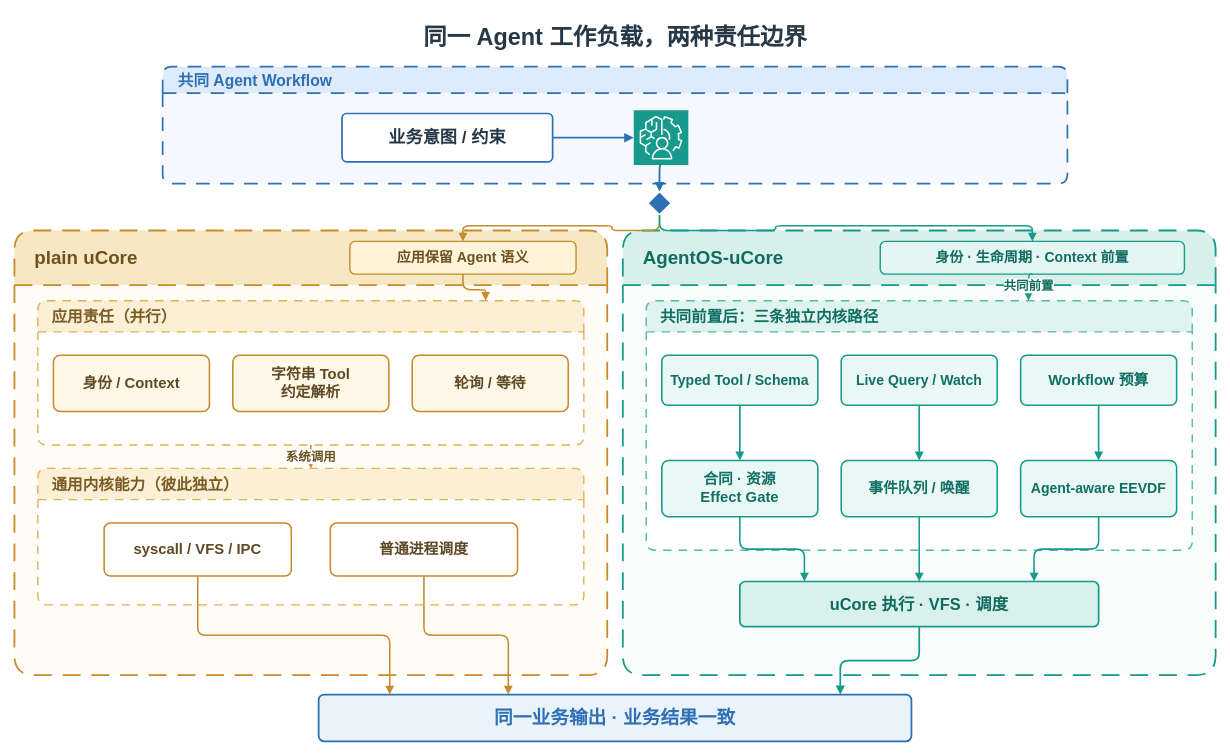
yushugulao/Agent-OS keeps this draw.io diagram as docs/figures/architecture/plain_agentos_comparison.drawio. Above is the earlier version. Source tidied: cells renumbered, new cells numbered last; positions are measured from the earlier drawing's top-left corner, leaving out a move shared by most shapes. Both pictures are drawn from the tidied source at 78%, with x=0, y=0 at pixel (14, 20).
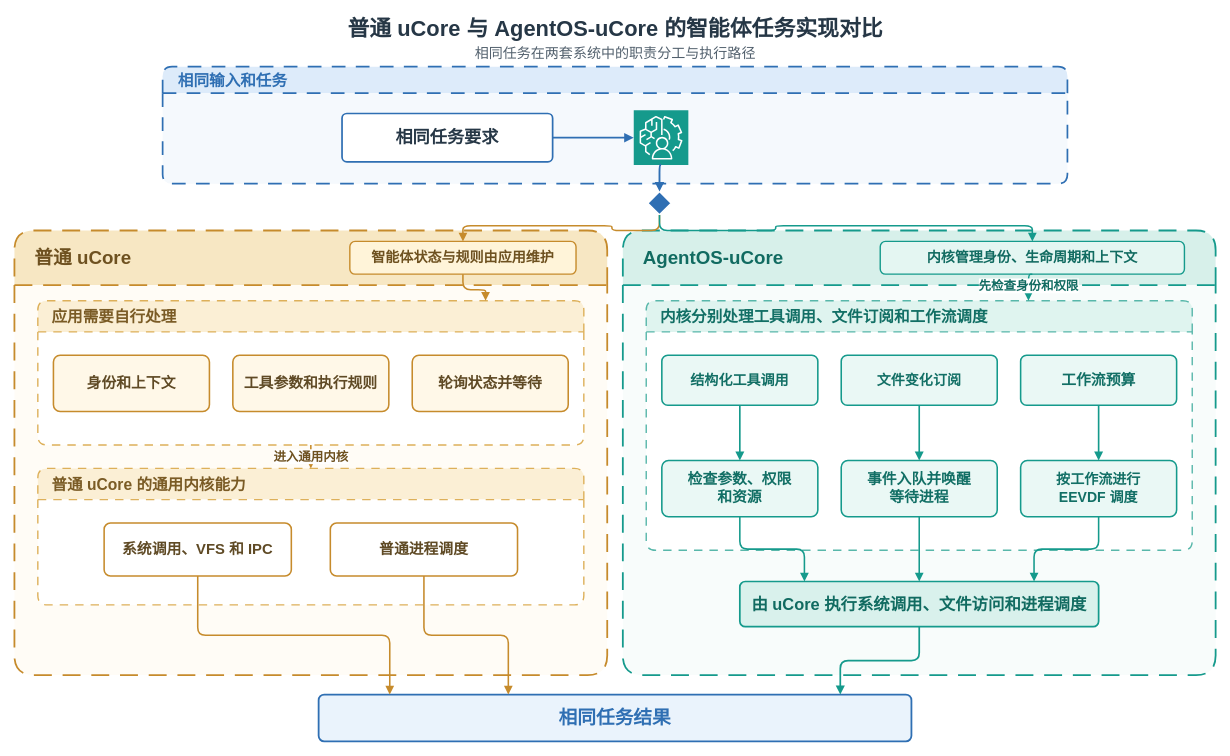
After the change.

The change refers to these unchanged cells:
```xml
<mxCell id="16" value="AgentOS-uCore" style="swimlane;html=1;rounded=1;arcSize=12;startSize=70;horizontal=1;dashed=1;dashPattern=10 6;fillColor=#D7F0EA;swimlaneFillColor=#F8FCFB;strokeColor=#159A8C;strokeWidth=2.3;fontFamily=Microsoft YaHei;fontSize=24;fontStyle=1;fontColor=#116B61;align=left;spacingLeft=24;verticalAlign=middle;" parent="1" vertex="1">
  <mxGeometry x="780" y="270" width="760" height="570" as="geometry" />
</mxCell>
```

Change to the diagram source:
```diff
@@
-    <mxCell id="2" value="同一 Agent 工作负载，两种责任边界" style="text;html=1;strokeColor=none;fillColor=none;align=center;verticalAlign=middle;fontFamily=Microsoft YaHei;fontSize=30;fontStyle=1;fontColor=#263746;" parent="1" vertex="1">
-      <mxGeometry x="230" width="1080" height="44" as="geometry" />
+    <mxCell id="2" value="&lt;div style=&quot;font-size:28px;font-weight:700;color:#263746;&quot;&gt;普通 uCore 与 AgentOS-uCore 的智能体任务实现对比&lt;/div&gt;&lt;div style=&quot;font-size:18px;font-weight:400;color:#52606D;margin-top:4px;&quot;&gt;相同任务在两套系统中的职责分工与执行路径&lt;/div&gt;" style="text;html=1;strokeColor=none;fillColor=none;align=center;verticalAlign=middle;fontFamily=Microsoft YaHei;fontSize=28;fontStyle=0;fontColor=#263746;" parent="1" vertex="1">
+      <mxGeometry x="30" y="-8" width="1480" height="64" as="geometry" />
     </mxCell>
-    <mxCell id="3" value="共同 Agent Workflow" style="swimlane;html=1;rounded=1;arcSize=12;startSize=34;horizontal=1;dashed=1;dashPattern=8 6;fillColor=#DDEBFA;swimlaneFillColor=#F5F9FD;strokeColor=#2F6FB3;strokeWidth=2.2;fontFamily=Microsoft YaHei;fontSize=20;fontStyle=1;fontColor=#2F6FB3;align=left;spacingLeft=18;" parent="1" vertex="1">
+    <mxCell id="3" value="相同输入和任务" style="swimlane;html=1;rounded=1;arcSize=12;startSize=34;horizontal=1;dashed=1;dashPattern=8 6;fillColor=#DDEBFA;swimlaneFillColor=#F5F9FD;strokeColor=#2F6FB3;strokeWidth=2.2;fontFamily=Microsoft YaHei;fontSize=20;fontStyle=1;fontColor=#2F6FB3;align=left;spacingLeft=18;" parent="1" vertex="1">
       <mxGeometry x="190" y="60" width="1160" height="150" as="geometry" />
     </mxCell>
-    <mxCell id="4" value="业务意图 / 约束" style="rounded=1;arcSize=10;whiteSpace=wrap;html=1;fillColor=#FFFFFF;strokeColor=#2F6FB3;strokeWidth=2.2;fontFamily=Microsoft YaHei;fontSize=22;fontStyle=1;fontColor=#263746;align=center;verticalAlign=middle;" parent="3" vertex="1">
+    <mxCell id="4" value="相同任务要求" style="rounded=1;arcSize=10;whiteSpace=wrap;html=1;fillColor=#FFFFFF;strokeColor=#2F6FB3;strokeWidth=2.2;fontFamily=Microsoft YaHei;fontSize=22;fontStyle=1;fontColor=#263746;align=center;verticalAlign=middle;" parent="3" vertex="1">
       <mxGeometry x="230" y="60" width="270" height="62" as="geometry" />
     </mxCell>
@@
-    <mxCell id="7" value="plain uCore" style="swimlane;html=1;rounded=1;arcSize=12;startSize=70;horizontal=1;dashed=1;dashPattern=10 6;fillColor=#F7E7C3;swimlaneFillColor=#FFFCF6;strokeColor=#C68B2C;strokeWidth=2.3;fontFamily=Microsoft YaHei;fontSize=24;fontStyle=1;fontColor=#6E5120;align=left;spacingLeft=24;verticalAlign=middle;" parent="1" vertex="1">
+    <mxCell id="7" value="普通 uCore" style="swimlane;html=1;rounded=1;arcSize=12;startSize=70;horizontal=1;dashed=1;dashPattern=10 6;fillColor=#F7E7C3;swimlaneFillColor=#FFFCF6;strokeColor=#C68B2C;strokeWidth=2.3;fontFamily=Microsoft YaHei;fontSize=24;fontStyle=1;fontColor=#6E5120;align=left;spacingLeft=24;verticalAlign=middle;" parent="1" vertex="1">
       <mxGeometry y="270" width="760" height="570" as="geometry" />
     </mxCell>
-    <mxCell id="8" value="应用保留 Agent 语义" style="rounded=1;arcSize=16;whiteSpace=wrap;html=1;fillColor=#FFF4D9;strokeColor=#C68B2C;strokeWidth=1.8;fontFamily=Microsoft YaHei;fontSize=18;fontStyle=1;fontColor=#6E5120;align=center;verticalAlign=middle;" parent="7" vertex="1">
+    <mxCell id="8" value="智能体状态与规则由应用维护" style="rounded=1;arcSize=16;whiteSpace=wrap;html=1;fillColor=#FFF4D9;strokeColor=#C68B2C;strokeWidth=1.8;fontFamily=Microsoft YaHei;fontSize=18;fontStyle=1;fontColor=#6E5120;align=center;verticalAlign=middle;" parent="7" vertex="1">
       <mxGeometry x="430" y="14" width="290" height="42" as="geometry" />
     </mxCell>
-    <mxCell id="9" value="应用责任（并行）" style="swimlane;html=1;rounded=1;arcSize=10;startSize=40;horizontal=1;dashed=1;dashPattern=6 5;fillColor=#FBEFD5;swimlaneFillColor=#FFFFFF;strokeColor=#DDB05A;strokeWidth=1.8;fontFamily=Microsoft YaHei;fontSize=20;fontStyle=1;fontColor=#7A5B25;align=left;spacingLeft=16;" parent="7" vertex="1">
+    <mxCell id="9" value="应用需要自行处理" style="swimlane;html=1;rounded=1;arcSize=10;startSize=40;horizontal=1;dashed=1;dashPattern=6 5;fillColor=#FBEFD5;swimlaneFillColor=#FFFFFF;strokeColor=#DDB05A;strokeWidth=1.8;fontFamily=Microsoft YaHei;fontSize=20;fontStyle=1;fontColor=#7A5B25;align=left;spacingLeft=16;" parent="7" vertex="1">
       <mxGeometry x="30" y="90" width="700" height="185" as="geometry" />
     </mxCell>
-    <mxCell id="10" value="身份 / Context" style="rounded=1;arcSize=12;whiteSpace=wrap;html=1;fillColor=#FFF8E8;strokeColor=#C68B2C;strokeWidth=2;fontFamily=Microsoft YaHei;fontSize=19;fontStyle=1;fontColor=#5F4A25;align=center;verticalAlign=middle;" parent="9" vertex="1">
+    <mxCell id="10" value="身份和上下文" style="rounded=1;arcSize=12;whiteSpace=wrap;html=1;fillColor=#FFF8E8;strokeColor=#C68B2C;strokeWidth=2;fontFamily=Microsoft YaHei;fontSize=19;fontStyle=1;fontColor=#5F4A25;align=center;verticalAlign=middle;" parent="9" vertex="1">
       <mxGeometry x="20" y="70" width="200" height="72" as="geometry" />
     </mxCell>
-    <mxCell id="11" value="字符串 Tool&#10;约定解析" style="rounded=1;arcSize=12;whiteSpace=wrap;html=1;fillColor=#FFF8E8;strokeColor=#C68B2C;strokeWidth=2;fontFamily=Microsoft YaHei;fontSize=19;fontStyle=1;fontColor=#5F4A25;align=center;verticalAlign=middle;" parent="9" vertex="1">
+    <mxCell id="11" value="工具参数和执行规则" style="rounded=1;arcSize=12;whiteSpace=wrap;html=1;fillColor=#FFF8E8;strokeColor=#C68B2C;strokeWidth=2;fontFamily=Microsoft YaHei;fontSize=19;fontStyle=1;fontColor=#5F4A25;align=center;verticalAlign=middle;" parent="9" vertex="1">
       <mxGeometry x="250" y="70" width="200" height="72" as="geometry" />
     </mxCell>
-    <mxCell id="12" value="轮询 / 等待" style="rounded=1;arcSize=12;whiteSpace=wrap;html=1;fillColor=#FFF8E8;strokeColor=#C68B2C;strokeWidth=2;fontFamily=Microsoft YaHei;fontSize=19;fontStyle=1;fontColor=#5F4A25;align=center;verticalAlign=middle;" parent="9" vertex="1">
+    <mxCell id="12" value="轮询状态并等待" style="rounded=1;arcSize=12;whiteSpace=wrap;html=1;fillColor=#FFF8E8;strokeColor=#C68B2C;strokeWidth=2;fontFamily=Microsoft YaHei;fontSize=19;fontStyle=1;fontColor=#5F4A25;align=center;verticalAlign=middle;" parent="9" vertex="1">
       <mxGeometry x="480" y="70" width="200" height="72" as="geometry" />
     </mxCell>
-    <mxCell id="13" value="通用内核能力（彼此独立）" style="swimlane;html=1;rounded=1;arcSize=10;startSize=40;horizontal=1;dashed=1;dashPattern=6 5;fillColor=#FBEFD5;swimlaneFillColor=#FFFFFF;strokeColor=#DDB05A;strokeWidth=1.8;fontFamily=Microsoft YaHei;fontSize=20;fontStyle=1;fontColor=#7A5B25;align=left;spacingLeft=16;" parent="7" vertex="1">
+    <mxCell id="13" value="普通 uCore 的通用内核能力" style="swimlane;html=1;rounded=1;arcSize=10;startSize=40;horizontal=1;dashed=1;dashPattern=6 5;fillColor=#FBEFD5;swimlaneFillColor=#FFFFFF;strokeColor=#DDB05A;strokeWidth=1.8;fontFamily=Microsoft YaHei;fontSize=20;fontStyle=1;fontColor=#7A5B25;align=left;spacingLeft=16;" parent="7" vertex="1">
       <mxGeometry x="30" y="305" width="700" height="175" as="geometry" />
     </mxCell>
-    <mxCell id="14" value="syscall / VFS / IPC" style="rounded=1;arcSize=12;whiteSpace=wrap;html=1;fillColor=#FFFFFF;strokeColor=#C68B2C;strokeWidth=2;fontFamily=Microsoft YaHei;fontSize=19;fontStyle=1;fontColor=#5F4A25;align=center;verticalAlign=middle;" parent="13" vertex="1">
+    <mxCell id="14" value="系统调用、VFS 和 IPC" style="rounded=1;arcSize=12;whiteSpace=wrap;html=1;fillColor=#FFFFFF;strokeColor=#C68B2C;strokeWidth=2;fontFamily=Microsoft YaHei;fontSize=19;fontStyle=1;fontColor=#5F4A25;align=center;verticalAlign=middle;" parent="13" vertex="1">
       <mxGeometry x="85" y="70" width="240" height="68" as="geometry" />
     </mxCell>
@@
-    <mxCell id="17" value="身份 · 生命周期 · Context 前置" style="rounded=1;arcSize=16;whiteSpace=wrap;html=1;fillColor=#E4F6F2;strokeColor=#159A8C;strokeWidth=1.8;fontFamily=Microsoft YaHei;fontSize=18;fontStyle=1;fontColor=#116B61;align=center;verticalAlign=middle;" parent="16" vertex="1">
+    <mxCell id="17" value="内核管理身份、生命周期和上下文" style="rounded=1;arcSize=16;whiteSpace=wrap;html=1;fillColor=#E4F6F2;strokeColor=#159A8C;strokeWidth=1.8;fontFamily=Microsoft YaHei;fontSize=18;fontStyle=1;fontColor=#116B61;align=center;verticalAlign=middle;" parent="16" vertex="1">
       <mxGeometry x="330" y="14" width="390" height="42" as="geometry" />
     </mxCell>
-    <mxCell id="18" value="共同前置后：三条独立内核路径" style="swimlane;html=1;rounded=1;arcSize=10;startSize=40;horizontal=1;dashed=1;dashPattern=6 5;fillColor=#DFF4EF;swimlaneFillColor=#FFFFFF;strokeColor=#58B7AA;strokeWidth=1.8;fontFamily=Microsoft YaHei;fontSize=20;fontStyle=1;fontColor=#126F65;align=left;spacingLeft=16;" parent="16" vertex="1">
+    <mxCell id="18" value="内核分别处理工具调用、文件订阅和工作流调度" style="swimlane;html=1;rounded=1;arcSize=10;startSize=40;horizontal=1;dashed=1;dashPattern=6 5;fillColor=#DFF4EF;swimlaneFillColor=#FFFFFF;strokeColor=#58B7AA;strokeWidth=1.8;fontFamily=Microsoft YaHei;fontSize=20;fontStyle=1;fontColor=#126F65;align=left;spacingLeft=16;" parent="16" vertex="1">
       <mxGeometry x="30" y="90" width="700" height="320" as="geometry" />
     </mxCell>
-    <mxCell id="19" value="Typed Tool / Schema" style="rounded=1;arcSize=12;whiteSpace=wrap;html=1;fillColor=#EAF8F5;strokeColor=#159A8C;strokeWidth=2;fontFamily=Microsoft YaHei;fontSize=18;fontStyle=1;fontColor=#126F65;align=center;verticalAlign=middle;" parent="18" vertex="1">
+    <mxCell id="19" value="结构化工具调用" style="rounded=1;arcSize=12;whiteSpace=wrap;html=1;fillColor=#EAF8F5;strokeColor=#159A8C;strokeWidth=2;fontFamily=Microsoft YaHei;fontSize=18;fontStyle=1;fontColor=#126F65;align=center;verticalAlign=middle;" parent="18" vertex="1">
       <mxGeometry x="20" y="70" width="200" height="64" as="geometry" />
     </mxCell>
-    <mxCell id="20" value="合同 · 资源&#10;Effect Gate" style="rounded=1;arcSize=12;whiteSpace=wrap;html=1;fillColor=#EAF8F5;strokeColor=#159A8C;strokeWidth=2;fontFamily=Microsoft YaHei;fontSize=19;fontStyle=1;fontColor=#126F65;align=center;verticalAlign=middle;" parent="18" vertex="1">
+    <mxCell id="20" value="检查参数、权限&#10;和资源" style="rounded=1;arcSize=12;whiteSpace=wrap;html=1;fillColor=#EAF8F5;strokeColor=#159A8C;strokeWidth=2;fontFamily=Microsoft YaHei;fontSize=19;fontStyle=1;fontColor=#126F65;align=center;verticalAlign=middle;" parent="18" vertex="1">
       <mxGeometry x="20" y="205" width="200" height="72" as="geometry" />
     </mxCell>
-    <mxCell id="21" value="Live Query / Watch" style="rounded=1;arcSize=12;whiteSpace=wrap;html=1;fillColor=#EAF8F5;strokeColor=#159A8C;strokeWidth=2;fontFamily=Microsoft YaHei;fontSize=18;fontStyle=1;fontColor=#126F65;align=center;verticalAlign=middle;" parent="18" vertex="1">
+    <mxCell id="21" value="文件变化订阅" style="rounded=1;arcSize=12;whiteSpace=wrap;html=1;fillColor=#EAF8F5;strokeColor=#159A8C;strokeWidth=2;fontFamily=Microsoft YaHei;fontSize=18;fontStyle=1;fontColor=#126F65;align=center;verticalAlign=middle;" parent="18" vertex="1">
       <mxGeometry x="250" y="70" width="200" height="64" as="geometry" />
     </mxCell>
-    <mxCell id="22" value="事件队列 / 唤醒" style="rounded=1;arcSize=12;whiteSpace=wrap;html=1;fillColor=#EAF8F5;strokeColor=#159A8C;strokeWidth=2;fontFamily=Microsoft YaHei;fontSize=19;fontStyle=1;fontColor=#126F65;align=center;verticalAlign=middle;" parent="18" vertex="1">
+    <mxCell id="22" value="事件入队并唤醒&#10;等待进程" style="rounded=1;arcSize=12;whiteSpace=wrap;html=1;fillColor=#EAF8F5;strokeColor=#159A8C;strokeWidth=2;fontFamily=Microsoft YaHei;fontSize=19;fontStyle=1;fontColor=#126F65;align=center;verticalAlign=middle;" parent="18" vertex="1">
       <mxGeometry x="250" y="205" width="200" height="72" as="geometry" />
     </mxCell>
-    <mxCell id="23" value="Workflow 预算" style="rounded=1;arcSize=12;whiteSpace=wrap;html=1;fillColor=#EAF8F5;strokeColor=#159A8C;strokeWidth=2;fontFamily=Microsoft YaHei;fontSize=19;fontStyle=1;fontColor=#126F65;align=center;verticalAlign=middle;" parent="18" vertex="1">
+    <mxCell id="23" value="工作流预算" style="rounded=1;arcSize=12;whiteSpace=wrap;html=1;fillColor=#EAF8F5;strokeColor=#159A8C;strokeWidth=2;fontFamily=Microsoft YaHei;fontSize=19;fontStyle=1;fontColor=#126F65;align=center;verticalAlign=middle;" parent="18" vertex="1">
       <mxGeometry x="480" y="70" width="200" height="64" as="geometry" />
     </mxCell>
-    <mxCell id="24" value="Agent-aware EEVDF" style="rounded=1;arcSize=12;whiteSpace=wrap;html=1;fillColor=#EAF8F5;strokeColor=#159A8C;strokeWidth=2;fontFamily=Microsoft YaHei;fontSize=18;fontStyle=1;fontColor=#126F65;align=center;verticalAlign=middle;" parent="18" vertex="1">
+    <mxCell id="24" value="按工作流进行&#10;EEVDF 调度" style="rounded=1;arcSize=12;whiteSpace=wrap;html=1;fillColor=#EAF8F5;strokeColor=#159A8C;strokeWidth=2;fontFamily=Microsoft YaHei;fontSize=18;fontStyle=1;fontColor=#126F65;align=center;verticalAlign=middle;" parent="18" vertex="1">
       <mxGeometry x="480" y="205" width="200" height="72" as="geometry" />
     </mxCell>
-    <mxCell id="25" value="uCore 执行 · VFS · 调度" style="rounded=1;arcSize=12;whiteSpace=wrap;html=1;fillColor=#D9F1EC;strokeColor=#159A8C;strokeWidth=2.2;fontFamily=Microsoft YaHei;fontSize=21;fontStyle=1;fontColor=#116B61;align=center;verticalAlign=middle;" parent="16" vertex="1">
+    <mxCell id="25" value="由 uCore 执行系统调用、文件访问和进程调度" style="rounded=1;arcSize=12;whiteSpace=wrap;html=1;fillColor=#D9F1EC;strokeColor=#159A8C;strokeWidth=2.2;fontFamily=Microsoft YaHei;fontSize=21;fontStyle=1;fontColor=#116B61;align=center;verticalAlign=middle;" parent="16" vertex="1">
       <mxGeometry x="150" y="450" width="460" height="58" as="geometry" />
     </mxCell>
-    <mxCell id="26" value="同一业务输出 · 业务结果一致" style="rounded=1;arcSize=12;whiteSpace=wrap;html=1;fillColor=#EAF3FC;strokeColor=#2F6FB3;strokeWidth=2.3;fontFamily=Microsoft YaHei;fontSize=24;fontStyle=1;fontColor=#2F6FB3;align=center;verticalAlign=middle;" parent="1" vertex="1">
+    <mxCell id="26" value="相同任务结果" style="rounded=1;arcSize=12;whiteSpace=wrap;html=1;fillColor=#EAF3FC;strokeColor=#2F6FB3;strokeWidth=2.3;fontFamily=Microsoft YaHei;fontSize=24;fontStyle=1;fontColor=#2F6FB3;align=center;verticalAlign=middle;" parent="1" vertex="1">
       <mxGeometry x="390" y="865" width="760" height="60" as="geometry" />
     </mxCell>
@@
-    <mxCell id="32" value="系统调用" style="edgeStyle=orthogonalEdgeStyle;jettySize=auto;rounded=1;html=1;strokeColor=#C68B2C;strokeWidth=2;endArrow=block;endFill=1;fontFamily=Microsoft YaHei;fontSize=16;fontStyle=1;fontColor=#6E5120;labelBackgroundColor=#FFFFFF;exitX=0.5;exitY=1;exitDx=0;exitDy=0;entryX=0.5;entryY=0;entryDx=0;entryDy=0;" parent="1" edge="1" source="9" target="13">
+    <mxCell id="32" value="进入通用内核" style="edgeStyle=orthogonalEdgeStyle;jettySize=auto;rounded=1;html=1;strokeColor=#C68B2C;strokeWidth=2;endArrow=block;endFill=1;fontFamily=Microsoft YaHei;fontSize=16;fontStyle=1;fontColor=#6E5120;labelBackgroundColor=#FFFFFF;exitX=0.5;exitY=1;exitDx=0;exitDy=0;entryX=0.5;entryY=0;entryDx=0;entryDy=0;" parent="1" edge="1" source="9" target="13">
       <mxGeometry relative="1" as="geometry" />
     </mxCell>
@@
-    <mxCell id="35" value="共同前置" style="edgeStyle=orthogonalEdgeStyle;jettySize=auto;rounded=1;html=1;strokeColor=#159A8C;strokeWidth=2;endArrow=block;endFill=1;fontFamily=Microsoft YaHei;fontSize=16;fontStyle=1;fontColor=#116B61;labelBackgroundColor=#FFFFFF;exitX=0.5;exitY=1;exitDx=0;exitDy=0;entryX=0.7;entryY=0;entryDx=0;entryDy=0;" parent="1" edge="1" source="17" target="18">
+    <mxCell id="35" value="先检查身份和权限" style="edgeStyle=orthogonalEdgeStyle;jettySize=auto;rounded=1;html=1;strokeColor=#159A8C;strokeWidth=2;endArrow=block;endFill=1;fontFamily=Microsoft YaHei;fontSize=16;fontStyle=1;fontColor=#116B61;labelBackgroundColor=#FFFFFF;exitX=0.5;exitY=1;exitDx=0;exitDy=0;entryX=0.7;entryY=0;entryDx=0;entryDy=0;" parent="1" edge="1" source="17" target="18">
       <mxGeometry relative="1" as="geometry" />
     </mxCell>
```
